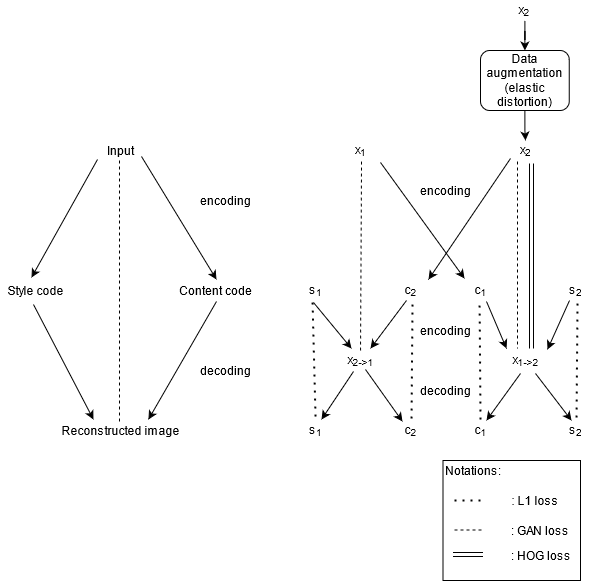
The draw.io diagram images/model-overview.png in chickenfingerwu/thesis, before a commit. Source tidied: cells renumbered, new cells last; positions are measured from the earlier drawing's top-left corner, leaving out a move shared by most shapes. The source it was exported from:
```xml
<mxGraphModel>
  <root>
    <mxCell id="0" />
    <mxCell id="1" parent="0" />
    <mxCell id="2" value="Input" style="text;html=1;align=center;verticalAlign=middle;points=[];strokeColor=none;" parent="1" vertex="1">
      <mxGeometry x="100" y="140" width="40" height="20" as="geometry" />
    </mxCell>
    <mxCell id="3" value="Reconstructed image" style="text;html=1;align=center;verticalAlign=middle;points=[];strokeColor=none;" parent="1" vertex="1">
      <mxGeometry x="55" y="420" width="130" height="20" as="geometry" />
    </mxCell>
    <mxCell id="4" style="endArrow=none;dashed=1;html=1;exitX=0.475;exitY=1;exitDx=0;exitDy=0;exitPerimeter=0;entryX=0.492;entryY=0.05;entryDx=0;entryDy=0;entryPerimeter=0;" parent="1" edge="1" source="2" target="3">
      <mxGeometry relative="1" as="geometry" />
    </mxCell>
    <mxCell id="5" value="Style code" style="text;html=1;align=center;verticalAlign=middle;points=[];strokeColor=none;" parent="1" vertex="1">
      <mxGeometry y="280" width="70" height="20" as="geometry" />
    </mxCell>
    <mxCell id="6" value="Content code" style="text;html=1;align=center;verticalAlign=middle;points=[];strokeColor=none;" parent="1" vertex="1">
      <mxGeometry x="170" y="280" width="90" height="20" as="geometry" />
    </mxCell>
    <mxCell id="7" style="endArrow=classic;html=1;exitX=-0.075;exitY=0.95;exitDx=0;exitDy=0;exitPerimeter=0;entryX=0.443;entryY=-0.15;entryDx=0;entryDy=0;entryPerimeter=0;" parent="1" edge="1" source="2" target="5">
      <mxGeometry relative="1" as="geometry" />
    </mxCell>
    <mxCell id="8" style="endArrow=classic;html=1;exitX=1.025;exitY=0.8;exitDx=0;exitDy=0;exitPerimeter=0;entryX=0.511;entryY=-0.05;entryDx=0;entryDy=0;entryPerimeter=0;" parent="1" edge="1" source="2" target="6">
      <mxGeometry relative="1" as="geometry" />
    </mxCell>
    <mxCell id="9" style="endArrow=classic;html=1;exitX=0.471;exitY=1.2;exitDx=0;exitDy=0;exitPerimeter=0;entryX=0.292;entryY=-0.05;entryDx=0;entryDy=0;entryPerimeter=0;" parent="1" edge="1" source="5" target="3">
      <mxGeometry relative="1" as="geometry" />
    </mxCell>
    <mxCell id="10" style="endArrow=classic;html=1;exitX=0.511;exitY=1.05;exitDx=0;exitDy=0;exitPerimeter=0;entryX=0.715;entryY=-0.05;entryDx=0;entryDy=0;entryPerimeter=0;" parent="1" edge="1" source="6" target="3">
      <mxGeometry relative="1" as="geometry" />
    </mxCell>
    <mxCell id="11" value="x&lt;sub&gt;1&lt;/sub&gt;" style="text;html=1;align=center;verticalAlign=middle;points=[];strokeColor=none;" parent="1" vertex="1">
      <mxGeometry x="345" y="140" width="30" height="20" as="geometry" />
    </mxCell>
    <mxCell id="12" value="s&lt;sub&gt;1&lt;/sub&gt;" style="text;html=1;align=center;verticalAlign=middle;points=[];strokeColor=none;" parent="1" vertex="1">
      <mxGeometry x="300" y="280" width="30" height="20" as="geometry" />
    </mxCell>
    <mxCell id="13" value="c&lt;sub&gt;2&lt;/sub&gt;" style="text;html=1;align=center;verticalAlign=middle;points=[];strokeColor=none;" parent="1" vertex="1">
      <mxGeometry x="395" y="280" width="30" height="20" as="geometry" />
    </mxCell>
    <mxCell id="14" value="x&lt;sub&gt;2-&amp;gt;1&lt;/sub&gt;" style="text;html=1;align=center;verticalAlign=middle;points=[];strokeColor=none;" parent="1" vertex="1">
      <mxGeometry x="340" y="350" width="40" height="20" as="geometry" />
    </mxCell>
    <mxCell id="15" value="s&lt;sub&gt;1&lt;/sub&gt;" style="text;html=1;align=center;verticalAlign=middle;points=[];strokeColor=none;" parent="1" vertex="1">
      <mxGeometry x="300" y="420" width="30" height="20" as="geometry" />
    </mxCell>
    <mxCell id="16" value="c&lt;sub&gt;2&lt;/sub&gt;" style="text;html=1;align=center;verticalAlign=middle;points=[];strokeColor=none;" parent="1" vertex="1">
      <mxGeometry x="395" y="420" width="30" height="20" as="geometry" />
    </mxCell>
    <mxCell id="17" value="x&lt;sub&gt;2&lt;/sub&gt;" style="text;html=1;align=center;verticalAlign=middle;points=[];strokeColor=none;" parent="1" vertex="1">
      <mxGeometry x="510" y="140" width="30" height="20" as="geometry" />
    </mxCell>
    <mxCell id="18" value="c&lt;sub&gt;1&lt;/sub&gt;" style="text;html=1;align=center;verticalAlign=middle;points=[];strokeColor=none;" parent="1" vertex="1">
      <mxGeometry x="465" y="280" width="30" height="20" as="geometry" />
    </mxCell>
    <mxCell id="19" value="s&lt;sub&gt;2&lt;/sub&gt;" style="text;html=1;align=center;verticalAlign=middle;points=[];strokeColor=none;" parent="1" vertex="1">
      <mxGeometry x="560" y="280" width="30" height="20" as="geometry" />
    </mxCell>
    <mxCell id="20" value="x&lt;sub&gt;1-&amp;gt;2&lt;/sub&gt;" style="text;html=1;align=center;verticalAlign=middle;points=[];strokeColor=none;" parent="1" vertex="1">
      <mxGeometry x="505" y="350" width="40" height="20" as="geometry" />
    </mxCell>
    <mxCell id="21" value="c&lt;sub&gt;1&lt;/sub&gt;" style="text;html=1;align=center;verticalAlign=middle;points=[];strokeColor=none;" parent="1" vertex="1">
      <mxGeometry x="465" y="420" width="30" height="20" as="geometry" />
    </mxCell>
    <mxCell id="22" value="s&lt;sub&gt;2&lt;/sub&gt;" style="text;html=1;align=center;verticalAlign=middle;points=[];strokeColor=none;" parent="1" vertex="1">
      <mxGeometry x="560" y="420" width="30" height="20" as="geometry" />
    </mxCell>
    <mxCell id="23" style="endArrow=classic;html=1;exitX=0;exitY=0.9;exitDx=0;exitDy=0;exitPerimeter=0;" parent="1" edge="1" source="17">
      <mxGeometry relative="1" as="geometry">
        <mxPoint x="428" y="279" as="targetPoint" />
      </mxGeometry>
    </mxCell>
    <mxCell id="24" style="endArrow=classic;html=1;exitX=0.367;exitY=1;exitDx=0;exitDy=0;exitPerimeter=0;entryX=0.75;entryY=-0.1;entryDx=0;entryDy=0;entryPerimeter=0;" parent="1" edge="1" source="13" target="14">
      <mxGeometry relative="1" as="geometry" />
    </mxCell>
    <mxCell id="25" style="endArrow=none;dashed=1;html=1;entryX=0.3;entryY=-0.1;entryDx=0;entryDy=0;entryPerimeter=0;" parent="1" edge="1" target="20">
      <mxGeometry relative="1" as="geometry">
        <mxPoint x="517" y="161" as="sourcePoint" />
      </mxGeometry>
    </mxCell>
    <mxCell id="26" style="endArrow=classic;html=1;exitX=0.433;exitY=1.1;exitDx=0;exitDy=0;exitPerimeter=0;entryX=0.275;entryY=-0.1;entryDx=0;entryDy=0;entryPerimeter=0;" parent="1" edge="1" source="12" target="14">
      <mxGeometry relative="1" as="geometry" />
    </mxCell>
    <mxCell id="27" style="endArrow=none;dashed=1;html=1;dashPattern=1 3;strokeWidth=2;entryX=0.567;entryY=1.05;entryDx=0;entryDy=0;entryPerimeter=0;exitX=0.533;exitY=-0.1;exitDx=0;exitDy=0;exitPerimeter=0;" parent="1" edge="1" source="16" target="13">
      <mxGeometry relative="1" as="geometry" />
    </mxCell>
    <mxCell id="28" style="endArrow=none;dashed=1;html=1;dashPattern=1 3;strokeWidth=2;entryX=0.4;entryY=1.05;entryDx=0;entryDy=0;entryPerimeter=0;exitX=0.5;exitY=-0.2;exitDx=0;exitDy=0;exitPerimeter=0;" parent="1" edge="1" source="15" target="12">
      <mxGeometry relative="1" as="geometry" />
    </mxCell>
    <mxCell id="29" style="endArrow=classic;html=1;exitX=1.167;exitY=1.1;exitDx=0;exitDy=0;exitPerimeter=0;entryX=-0.033;entryY=-0.1;entryDx=0;entryDy=0;entryPerimeter=0;" parent="1" edge="1" source="11" target="18">
      <mxGeometry relative="1" as="geometry" />
    </mxCell>
    <mxCell id="30" style="endArrow=classic;html=1;entryX=0.025;entryY=-0.1;entryDx=0;entryDy=0;entryPerimeter=0;exitX=0.7;exitY=1.05;exitDx=0;exitDy=0;exitPerimeter=0;" parent="1" edge="1" source="18" target="20">
      <mxGeometry relative="1" as="geometry" />
    </mxCell>
    <mxCell id="31" style="endArrow=classic;html=1;exitX=0.3;exitY=1;exitDx=0;exitDy=0;exitPerimeter=0;entryX=1.05;entryY=-0.05;entryDx=0;entryDy=0;entryPerimeter=0;" parent="1" edge="1" source="19" target="20">
      <mxGeometry relative="1" as="geometry" />
    </mxCell>
    <mxCell id="32" style="endArrow=none;dashed=1;html=1;dashPattern=1 3;strokeWidth=2;exitX=0.5;exitY=-0.05;exitDx=0;exitDy=0;exitPerimeter=0;entryX=0.467;entryY=1;entryDx=0;entryDy=0;entryPerimeter=0;" parent="1" edge="1" source="21" target="18">
      <mxGeometry relative="1" as="geometry" />
    </mxCell>
    <mxCell id="33" style="endArrow=none;dashed=1;html=1;dashPattern=1 3;strokeWidth=2;exitX=0.533;exitY=-0.15;exitDx=0;exitDy=0;exitPerimeter=0;entryX=0.567;entryY=1.05;entryDx=0;entryDy=0;entryPerimeter=0;" parent="1" edge="1" source="22" target="19">
      <mxGeometry relative="1" as="geometry" />
    </mxCell>
    <mxCell id="34" style="endArrow=classic;html=1;exitX=0.325;exitY=1.05;exitDx=0;exitDy=0;exitPerimeter=0;entryX=0.7;entryY=-0.05;entryDx=0;entryDy=0;entryPerimeter=0;" parent="1" edge="1" source="14" target="15">
      <mxGeometry relative="1" as="geometry" />
    </mxCell>
    <mxCell id="35" style="endArrow=classic;html=1;exitX=0.625;exitY=0.95;exitDx=0;exitDy=0;exitPerimeter=0;entryX=0.233;entryY=0.05;entryDx=0;entryDy=0;entryPerimeter=0;" parent="1" edge="1" source="14" target="16">
      <mxGeometry relative="1" as="geometry" />
    </mxCell>
    <mxCell id="36" style="endArrow=classic;html=1;entryX=0.7;entryY=0;entryDx=0;entryDy=0;entryPerimeter=0;" parent="1" edge="1" target="21">
      <mxGeometry relative="1" as="geometry">
        <mxPoint x="520" y="373" as="sourcePoint" />
      </mxGeometry>
    </mxCell>
    <mxCell id="37" style="endArrow=classic;html=1;exitX=0.75;exitY=1.15;exitDx=0;exitDy=0;exitPerimeter=0;entryX=0.367;entryY=0;entryDx=0;entryDy=0;entryPerimeter=0;" parent="1" edge="1" source="20" target="22">
      <mxGeometry relative="1" as="geometry" />
    </mxCell>
    <mxCell id="38" value="encoding" style="text;html=1;align=center;verticalAlign=middle;strokeColor=none;" parent="1" vertex="1">
      <mxGeometry x="190" y="190" width="70" height="20" as="geometry" />
    </mxCell>
    <mxCell id="39" value="decoding" style="text;html=1;align=center;verticalAlign=middle;strokeColor=none;" parent="1" vertex="1">
      <mxGeometry x="190" y="360" width="70" height="20" as="geometry" />
    </mxCell>
    <mxCell id="40" value="encoding" style="text;html=1;align=center;verticalAlign=middle;strokeColor=none;" parent="1" vertex="1">
      <mxGeometry x="410" y="180" width="70" height="20" as="geometry" />
    </mxCell>
    <mxCell id="41" value="decoding" style="text;html=1;align=center;verticalAlign=middle;strokeColor=none;" parent="1" vertex="1">
      <mxGeometry x="410" y="380" width="70" height="20" as="geometry" />
    </mxCell>
    <mxCell id="42" value="encoding" style="text;html=1;align=center;verticalAlign=middle;strokeColor=none;" parent="1" vertex="1">
      <mxGeometry x="410" y="320" width="70" height="20" as="geometry" />
    </mxCell>
    <mxCell id="43" style="rounded=0;whiteSpace=wrap;html=1;" parent="1" vertex="1">
      <mxGeometry x="442.5" y="460" width="137.5" height="120" as="geometry" />
    </mxCell>
    <mxCell id="44" value="Notations:" style="text;html=1;strokeColor=none;fillColor=none;align=center;verticalAlign=middle;whiteSpace=wrap;rounded=0;" parent="1" vertex="1">
      <mxGeometry x="452.5" y="460" width="40" height="20" as="geometry" />
    </mxCell>
    <mxCell id="45" style="endArrow=none;dashed=1;html=1;dashPattern=1 3;strokeWidth=2;" parent="1" edge="1">
      <mxGeometry relative="1" as="geometry">
        <mxPoint x="480" y="500" as="sourcePoint" />
        <mxPoint x="450" y="500" as="targetPoint" />
      </mxGeometry>
    </mxCell>
    <mxCell id="46" value=": L1 loss" style="text;html=1;strokeColor=none;fillColor=none;align=center;verticalAlign=middle;whiteSpace=wrap;rounded=0;" parent="1" vertex="1">
      <mxGeometry x="500" y="490" width="70" height="20" as="geometry" />
    </mxCell>
    <mxCell id="47" value=": GAN loss" style="text;html=1;strokeColor=none;fillColor=none;align=center;verticalAlign=middle;whiteSpace=wrap;rounded=0;" parent="1" vertex="1">
      <mxGeometry x="505" y="520" width="70" height="20" as="geometry" />
    </mxCell>
    <mxCell id="48" style="endArrow=none;dashed=1;html=1;" parent="1" edge="1">
      <mxGeometry relative="1" as="geometry">
        <mxPoint x="454" y="529.5" as="sourcePoint" />
        <mxPoint x="484" y="529.5" as="targetPoint" />
      </mxGeometry>
    </mxCell>
    <mxCell id="49" style="edgeStyle=orthogonalEdgeStyle;rounded=0;jettySize=auto;html=1;exitX=0.5;exitY=1;exitDx=0;exitDy=0;" parent="1" edge="1" source="50" target="17">
      <mxGeometry relative="1" as="geometry" />
    </mxCell>
    <mxCell id="50" value="&lt;div&gt;Data augmentation (elastic distortion)&lt;br&gt;&lt;/div&gt;" style="rounded=1;whiteSpace=wrap;html=1;" parent="1" vertex="1">
      <mxGeometry x="480" y="50" width="88.8" height="60" as="geometry" />
    </mxCell>
    <mxCell id="51" style="endArrow=none;dashed=1;html=1;entryX=0.533;entryY=1;entryDx=0;entryDy=0;entryPerimeter=0;" parent="1" edge="1" target="11">
      <mxGeometry relative="1" as="geometry">
        <mxPoint x="360" y="350" as="sourcePoint" />
      </mxGeometry>
    </mxCell>
    <mxCell id="52" style="edgeStyle=orthogonalEdgeStyle;rounded=0;jettySize=auto;html=1;entryX=0.5;entryY=0;entryDx=0;entryDy=0;" parent="1" edge="1" source="53" target="50">
      <mxGeometry relative="1" as="geometry" />
    </mxCell>
    <mxCell id="53" value="x&lt;sub&gt;2&lt;/sub&gt;" style="text;html=1;strokeColor=none;fillColor=none;align=center;verticalAlign=middle;whiteSpace=wrap;rounded=0;" parent="1" vertex="1">
      <mxGeometry x="504.4" width="40" height="20" as="geometry" />
    </mxCell>
    <mxCell id="54" style="shape=link;html=1;exitX=0.7;exitY=1.15;exitDx=0;exitDy=0;exitPerimeter=0;entryX=0.65;entryY=-0.1;entryDx=0;entryDy=0;entryPerimeter=0;" parent="1" edge="1" source="17" target="20">
      <mxGeometry relative="1" as="geometry" />
    </mxCell>
    <mxCell id="55" style="shape=link;html=1;" parent="1" edge="1">
      <mxGeometry relative="1" as="geometry">
        <mxPoint x="452.5" y="554" as="sourcePoint" />
        <mxPoint x="482.5" y="554" as="targetPoint" />
      </mxGeometry>
    </mxCell>
    <mxCell id="56" value=": HOG loss" style="text;html=1;strokeColor=none;fillColor=none;align=center;verticalAlign=middle;whiteSpace=wrap;rounded=0;" parent="1" vertex="1">
      <mxGeometry x="501" y="545" width="80" height="20" as="geometry" />
    </mxCell>
  </root>
</mxGraphModel>
```
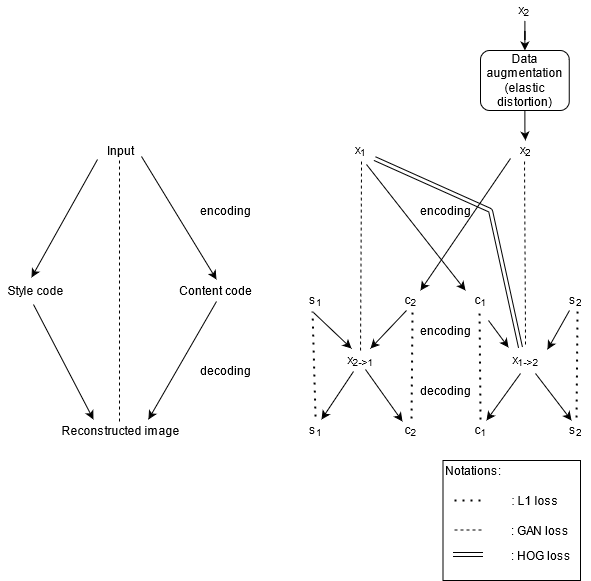
Above is the later version.

The edit, as a diff of the source:
```diff
@@ -33,10 +33,10 @@
       <mxGeometry x="345" y="140" width="30" height="20" as="geometry" />
     </mxCell>
     <mxCell id="12" value="s&lt;sub&gt;1&lt;/sub&gt;" style="text;html=1;align=center;verticalAlign=middle;points=[];strokeColor=none;" parent="1" vertex="1">
-      <mxGeometry x="300" y="280" width="30" height="20" as="geometry" />
+      <mxGeometry x="300" y="290" width="30" height="20" as="geometry" />
     </mxCell>
     <mxCell id="13" value="c&lt;sub&gt;2&lt;/sub&gt;" style="text;html=1;align=center;verticalAlign=middle;points=[];strokeColor=none;" parent="1" vertex="1">
-      <mxGeometry x="395" y="280" width="30" height="20" as="geometry" />
+      <mxGeometry x="395" y="290" width="30" height="20" as="geometry" />
     </mxCell>
     <mxCell id="14" value="x&lt;sub&gt;2-&amp;gt;1&lt;/sub&gt;" style="text;html=1;align=center;verticalAlign=middle;points=[];strokeColor=none;" parent="1" vertex="1">
       <mxGeometry x="340" y="350" width="40" height="20" as="geometry" />
@@ -51,10 +51,10 @@
       <mxGeometry x="510" y="140" width="30" height="20" as="geometry" />
     </mxCell>
     <mxCell id="18" value="c&lt;sub&gt;1&lt;/sub&gt;" style="text;html=1;align=center;verticalAlign=middle;points=[];strokeColor=none;" parent="1" vertex="1">
-      <mxGeometry x="465" y="280" width="30" height="20" as="geometry" />
+      <mxGeometry x="465" y="290" width="30" height="20" as="geometry" />
     </mxCell>
     <mxCell id="19" value="s&lt;sub&gt;2&lt;/sub&gt;" style="text;html=1;align=center;verticalAlign=middle;points=[];strokeColor=none;" parent="1" vertex="1">
-      <mxGeometry x="560" y="280" width="30" height="20" as="geometry" />
+      <mxGeometry x="560" y="290" width="30" height="20" as="geometry" />
     </mxCell>
     <mxCell id="20" value="x&lt;sub&gt;1-&amp;gt;2&lt;/sub&gt;" style="text;html=1;align=center;verticalAlign=middle;points=[];strokeColor=none;" parent="1" vertex="1">
       <mxGeometry x="505" y="350" width="40" height="20" as="geometry" />
@@ -67,15 +67,15 @@
     </mxCell>
     <mxCell id="23" style="endArrow=classic;html=1;exitX=0;exitY=0.9;exitDx=0;exitDy=0;exitPerimeter=0;" parent="1" edge="1" source="17">
       <mxGeometry relative="1" as="geometry">
-        <mxPoint x="428" y="279" as="targetPoint" />
+        <mxPoint x="420" y="290" as="targetPoint" />
       </mxGeometry>
     </mxCell>
     <mxCell id="24" style="endArrow=classic;html=1;exitX=0.367;exitY=1;exitDx=0;exitDy=0;exitPerimeter=0;entryX=0.75;entryY=-0.1;entryDx=0;entryDy=0;entryPerimeter=0;" parent="1" edge="1" source="13" target="14">
       <mxGeometry relative="1" as="geometry" />
     </mxCell>
-    <mxCell id="25" style="endArrow=none;dashed=1;html=1;entryX=0.3;entryY=-0.1;entryDx=0;entryDy=0;entryPerimeter=0;" parent="1" edge="1" target="20">
+    <mxCell id="25" style="endArrow=none;dashed=1;html=1;exitX=0.467;exitY=1.05;exitDx=0;exitDy=0;exitPerimeter=0;" parent="1" edge="1" source="17">
       <mxGeometry relative="1" as="geometry">
-        <mxPoint x="517" y="161" as="sourcePoint" />
+        <mxPoint x="525" y="346" as="targetPoint" />
       </mxGeometry>
     </mxCell>
     <mxCell id="26" style="endArrow=classic;html=1;exitX=0.433;exitY=1.1;exitDx=0;exitDy=0;exitPerimeter=0;entryX=0.275;entryY=-0.1;entryDx=0;entryDy=0;entryPerimeter=0;" parent="1" edge="1" source="12" target="14">
@@ -87,11 +87,13 @@
     <mxCell id="28" style="endArrow=none;dashed=1;html=1;dashPattern=1 3;strokeWidth=2;entryX=0.4;entryY=1.05;entryDx=0;entryDy=0;entryPerimeter=0;exitX=0.5;exitY=-0.2;exitDx=0;exitDy=0;exitPerimeter=0;" parent="1" edge="1" source="15" target="12">
       <mxGeometry relative="1" as="geometry" />
     </mxCell>
-    <mxCell id="29" style="endArrow=classic;html=1;exitX=1.167;exitY=1.1;exitDx=0;exitDy=0;exitPerimeter=0;entryX=-0.033;entryY=-0.1;entryDx=0;entryDy=0;entryPerimeter=0;" parent="1" edge="1" source="11" target="18">
+    <mxCell id="29" style="endArrow=classic;html=1;exitX=0.7;exitY=1.2;exitDx=0;exitDy=0;exitPerimeter=0;entryX=0;entryY=0;entryDx=0;entryDy=0;entryPerimeter=0;" parent="1" edge="1" source="11" target="18">
       <mxGeometry relative="1" as="geometry" />
     </mxCell>
-    <mxCell id="30" style="endArrow=classic;html=1;entryX=0.025;entryY=-0.1;entryDx=0;entryDy=0;entryPerimeter=0;exitX=0.7;exitY=1.05;exitDx=0;exitDy=0;exitPerimeter=0;" parent="1" edge="1" source="18" target="20">
-      <mxGeometry relative="1" as="geometry" />
+    <mxCell id="30" style="endArrow=classic;html=1;entryX=0.075;entryY=-0.15;entryDx=0;entryDy=0;entryPerimeter=0;" parent="1" edge="1" target="20">
+      <mxGeometry relative="1" as="geometry">
+        <mxPoint x="488" y="320" as="sourcePoint" />
+      </mxGeometry>
     </mxCell>
     <mxCell id="31" style="endArrow=classic;html=1;exitX=0.3;exitY=1;exitDx=0;exitDy=0;exitPerimeter=0;entryX=1.05;entryY=-0.05;entryDx=0;entryDy=0;entryPerimeter=0;" parent="1" edge="1" source="19" target="20">
       <mxGeometry relative="1" as="geometry" />
@@ -117,13 +119,13 @@
       <mxGeometry relative="1" as="geometry" />
     </mxCell>
     <mxCell id="38" value="encoding" style="text;html=1;align=center;verticalAlign=middle;strokeColor=none;" parent="1" vertex="1">
-      <mxGeometry x="190" y="190" width="70" height="20" as="geometry" />
+      <mxGeometry x="190" y="200" width="70" height="20" as="geometry" />
     </mxCell>
     <mxCell id="39" value="decoding" style="text;html=1;align=center;verticalAlign=middle;strokeColor=none;" parent="1" vertex="1">
       <mxGeometry x="190" y="360" width="70" height="20" as="geometry" />
     </mxCell>
     <mxCell id="40" value="encoding" style="text;html=1;align=center;verticalAlign=middle;strokeColor=none;" parent="1" vertex="1">
-      <mxGeometry x="410" y="180" width="70" height="20" as="geometry" />
+      <mxGeometry x="410" y="200" width="70" height="20" as="geometry" />
     </mxCell>
     <mxCell id="41" value="decoding" style="text;html=1;align=center;verticalAlign=middle;strokeColor=none;" parent="1" vertex="1">
       <mxGeometry x="410" y="380" width="70" height="20" as="geometry" />
@@ -172,8 +174,13 @@
     <mxCell id="53" value="x&lt;sub&gt;2&lt;/sub&gt;" style="text;html=1;strokeColor=none;fillColor=none;align=center;verticalAlign=middle;whiteSpace=wrap;rounded=0;" parent="1" vertex="1">
       <mxGeometry x="504.4" width="40" height="20" as="geometry" />
     </mxCell>
-    <mxCell id="54" style="shape=link;html=1;exitX=0.7;exitY=1.15;exitDx=0;exitDy=0;exitPerimeter=0;entryX=0.65;entryY=-0.1;entryDx=0;entryDy=0;entryPerimeter=0;" parent="1" edge="1" source="17" target="20">
-      <mxGeometry relative="1" as="geometry" />
+    <mxCell id="54" style="shape=link;html=1;exitX=0.967;exitY=0.9;exitDx=0;exitDy=0;exitPerimeter=0;" parent="1" edge="1" source="11">
+      <mxGeometry relative="1" as="geometry">
+        <mxPoint x="520" y="347" as="targetPoint" />
+        <Array as="points">
+          <mxPoint x="490" y="210" />
+        </Array>
+      </mxGeometry>
     </mxCell>
     <mxCell id="55" style="shape=link;html=1;" parent="1" edge="1">
       <mxGeometry relative="1" as="geometry">
```
